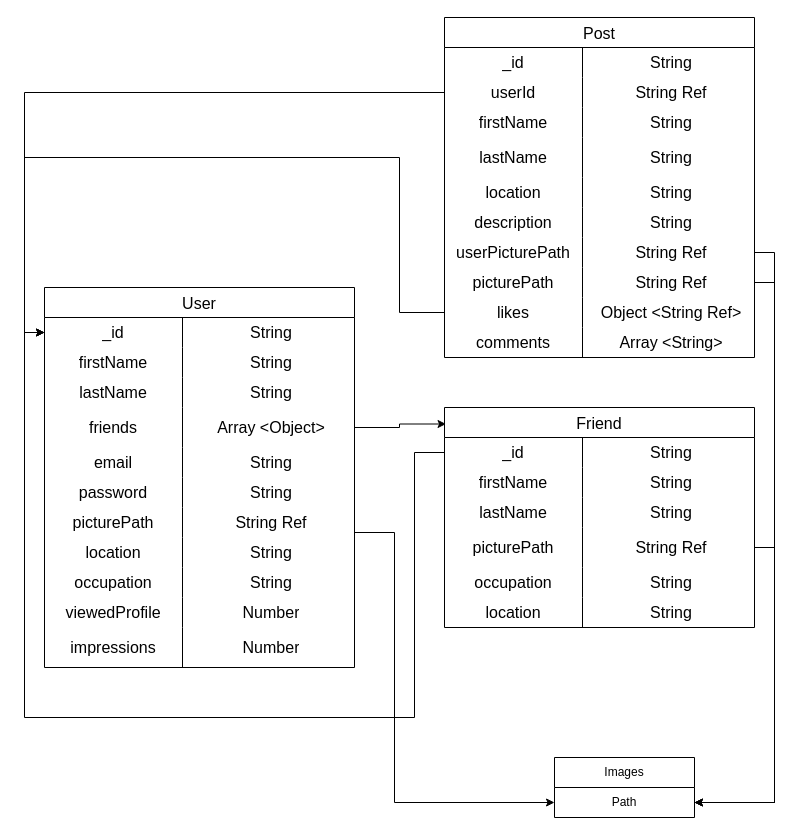
fbs11/sights keeps this draw.io diagram as sights_db.drawio. Above is the earlier version. Source tidied: cells renumbered, new cells numbered last; positions are measured from the earlier drawing's top-left corner, leaving out a move shared by most shapes. Both pictures are drawn from the tidied source at 100%, with x=0, y=0 at pixel (24, 17).
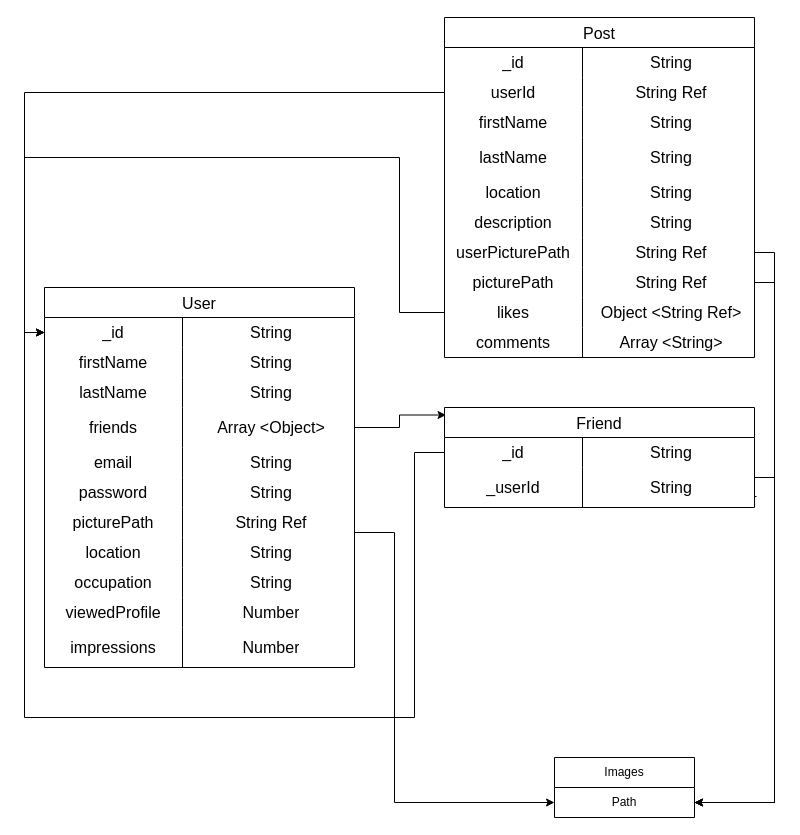
The same diagram, later.

Unchanged cells that the change refers to:
```xml
<mxCell id="87" value="Path" style="text;strokeColor=none;fillColor=none;align=center;verticalAlign=middle;spacingLeft=4;spacingRight=4;overflow=hidden;points=[[0,0.5],[1,0.5]];portConstraint=eastwest;whiteSpace=wrap;html=1;" parent="86" vertex="1">
  <mxGeometry y="30" width="140" height="30" as="geometry" />
</mxCell>
```

The edit, as a diff of the source:
```diff
@@
     <mxCell id="67" value="Friend" style="shape=table;startSize=30;childLayout=tableLayout;rowLines=0;fontStyle=0;strokeColor=default;fontSize=16;" parent="1" vertex="1">
-      <mxGeometry x="420" y="390" width="310" height="220" as="geometry" />
+      <mxGeometry x="420" y="390" width="310" height="100" as="geometry" />
     </mxCell>
@@
     <mxCell id="71" style="shape=tableRow;horizontal=0;startSize=0;swimlaneHead=0;swimlaneBody=0;top=0;left=0;bottom=0;right=0;fillColor=none;strokeColor=inherit;fontSize=16;" parent="67" vertex="1">
-      <mxGeometry y="60" width="310" height="30" as="geometry" />
+      <mxGeometry y="60" width="310" height="40" as="geometry" />
     </mxCell>
-    <mxCell id="72" value="firstName" style="shape=partialRectangle;html=1;whiteSpace=wrap;fillColor=none;top=0;left=0;bottom=0;right=0;overflow=hidden;strokeColor=inherit;fontSize=16;" parent="71" vertex="1">
-      <mxGeometry width="138" height="30" as="geometry" />
+    <mxCell id="72" value="_userId" style="shape=partialRectangle;html=1;whiteSpace=wrap;fillColor=none;top=0;left=0;bottom=0;right=0;overflow=hidden;strokeColor=inherit;fontSize=16;" parent="71" vertex="1">
+      <mxGeometry width="138" height="40" as="geometry" />
     </mxCell>
     <mxCell id="73" value="String" style="shape=partialRectangle;html=1;whiteSpace=wrap;fillColor=none;top=0;left=0;bottom=0;right=0;align=center;spacingLeft=6;overflow=hidden;strokeColor=inherit;fontSize=16;" parent="71" vertex="1">
-      <mxGeometry x="138" width="172" height="30" as="geometry" />
+      <mxGeometry x="138" width="172" height="40" as="geometry" />
     </mxCell>
-    <mxCell id="74" style="shape=tableRow;horizontal=0;startSize=0;swimlaneHead=0;swimlaneBody=0;top=0;left=0;bottom=0;right=0;fillColor=none;strokeColor=inherit;fontSize=16;" parent="67" vertex="1">
-      <mxGeometry y="90" width="310" height="30" as="geometry" />
-    </mxCell>
-    <mxCell id="75" value="lastName" style="shape=partialRectangle;html=1;whiteSpace=wrap;fillColor=none;top=0;left=0;bottom=0;right=0;overflow=hidden;strokeColor=inherit;fontSize=16;" parent="74" vertex="1">
-      <mxGeometry width="138" height="30" as="geometry" />
-    </mxCell>
-    <mxCell id="76" value="String" style="shape=partialRectangle;html=1;whiteSpace=wrap;fillColor=none;top=0;left=0;bottom=0;right=0;align=center;spacingLeft=6;overflow=hidden;strokeColor=inherit;fontSize=16;" parent="74" vertex="1">
-      <mxGeometry x="138" width="172" height="30" as="geometry" />
-    </mxCell>
-    <mxCell id="77" style="shape=tableRow;horizontal=0;startSize=0;swimlaneHead=0;swimlaneBody=0;top=0;left=0;bottom=0;right=0;fillColor=none;points=[[0,0.5],[1,0.5]];portConstraint=eastwest;strokeColor=inherit;fontSize=16;arcSize=15;" parent="67" vertex="1">
-      <mxGeometry y="120" width="310" height="40" as="geometry" />
-    </mxCell>
-    <mxCell id="78" value="picturePath" style="shape=partialRectangle;html=1;whiteSpace=wrap;fillColor=none;top=0;left=0;bottom=0;right=0;overflow=hidden;strokeColor=inherit;fontSize=16;" parent="77" vertex="1">
-      <mxGeometry width="138" height="40" as="geometry" />
-    </mxCell>
-    <mxCell id="79" value="String Ref" style="shape=partialRectangle;html=1;whiteSpace=wrap;fillColor=none;top=0;left=0;bottom=0;right=0;align=center;spacingLeft=6;overflow=hidden;strokeColor=inherit;fontSize=16;" parent="77" vertex="1">
-      <mxGeometry x="138" width="172" height="40" as="geometry" />
-    </mxCell>
-    <mxCell id="80" style="shape=tableRow;horizontal=0;startSize=0;swimlaneHead=0;swimlaneBody=0;top=0;left=0;bottom=0;right=0;fillColor=none;strokeColor=inherit;fontSize=16;arcSize=15;" parent="67" vertex="1">
-      <mxGeometry y="160" width="310" height="30" as="geometry" />
-    </mxCell>
-    <mxCell id="81" value="occupation" style="shape=partialRectangle;html=1;whiteSpace=wrap;fillColor=none;top=0;left=0;bottom=0;right=0;overflow=hidden;strokeColor=inherit;fontSize=16;" parent="80" vertex="1">
-      <mxGeometry width="138" height="30" as="geometry" />
-    </mxCell>
-    <mxCell id="82" value="String" style="shape=partialRectangle;html=1;whiteSpace=wrap;fillColor=none;top=0;left=0;bottom=0;right=0;align=center;spacingLeft=6;overflow=hidden;strokeColor=inherit;fontSize=16;" parent="80" vertex="1">
-      <mxGeometry x="138" width="172" height="30" as="geometry" />
-    </mxCell>
-    <mxCell id="83" style="shape=tableRow;horizontal=0;startSize=0;swimlaneHead=0;swimlaneBody=0;top=0;left=0;bottom=0;right=0;fillColor=none;strokeColor=inherit;fontSize=16;arcSize=15;" parent="67" vertex="1">
-      <mxGeometry y="190" width="310" height="30" as="geometry" />
-    </mxCell>
-    <mxCell id="84" value="location" style="shape=partialRectangle;html=1;whiteSpace=wrap;fillColor=none;top=0;left=0;bottom=0;right=0;overflow=hidden;strokeColor=inherit;fontSize=16;" parent="83" vertex="1">
-      <mxGeometry width="138" height="30" as="geometry" />
-    </mxCell>
-    <mxCell id="85" value="String" style="shape=partialRectangle;html=1;whiteSpace=wrap;fillColor=none;top=0;left=0;bottom=0;right=0;align=center;spacingLeft=6;overflow=hidden;strokeColor=inherit;fontSize=16;" parent="83" vertex="1">
-      <mxGeometry x="138" width="172" height="30" as="geometry" />
-    </mxCell>
@@
-    <mxCell id="89" style="edgeStyle=orthogonalEdgeStyle;rounded=0;jettySize=auto;html=1;entryX=1;entryY=0.5;entryDx=0;entryDy=0;" parent="1" edge="1" source="77" target="87">
-      <mxGeometry relative="1" as="geometry" />
+    <mxCell id="89" style="edgeStyle=orthogonalEdgeStyle;rounded=0;jettySize=auto;html=1;entryX=1;entryY=0.5;entryDx=0;entryDy=0;" parent="1" edge="1" target="87">
+      <mxGeometry relative="1" as="geometry">
+        <mxPoint x="732" y="479" as="sourcePoint" />
+        <Array as="points">
+          <mxPoint x="730" y="479" />
+          <mxPoint x="730" y="460" />
+          <mxPoint x="750" y="460" />
+          <mxPoint x="750" y="785" />
+        </Array>
+      </mxGeometry>
     </mxCell>
```
